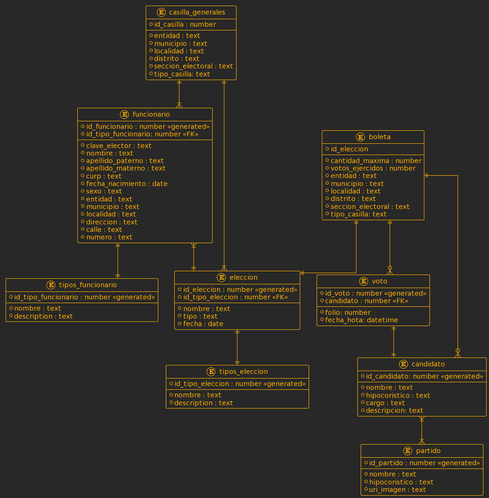
EkBalam/urna_electronica keeps this PlantUML diagram as documentacion/imgs/ER-amber.png. Above is the earlier version. The source it was exported from:
```plantuml
@startuml
!theme crt-amber

skinparam linetype ortho

entity casilla_generales{
    * id_casilla : number
    --
    * entidad : text
    * municipio : text
    * localidad : text
    * distrito : text
    * seccion_electoral : text
    * tipo_casilla: text
}

entity funcionario{
    * id_funcionario : number <<generated>>
    * id_tipo_funcionario: number <<FK>>
    --
    * clave_elector : text
    * nombre : text
    * apellido_paterno : text
    * apellido_materno : text
    * curp : text
    * fecha_nacimiento : date
    * sexo : text
    * entidad : text
    * municipio : text
    * localidad : text
    * direccion : text
    * calle : text
    * numero : text
}

entity tipos_funcionario{
    * id_tipo_funcionario : number <<generated>>
    --
    * nombre : text
    * description : text
}

entity eleccion {
    * id_eleccion : number <<generated>>
    * id_tipo_eleccion : number <<FK>>
    --
    * nombre : text
    * tipo : text
    * fecha : date
}

entity tipos_eleccion{
    * id_tipo_eleccion : number <<generated>>
    --
    * nombre : text
    * description : text
}


entity boleta{
    * id_eleccion
    --
    * cantidad_maxima : number
    * votos_ejercidos : number
    * entidad : text
    * municipio : text
    * localidad : text
    * distrito : text
    * seccion_electoral : text
    * tipo_casilla: text
}

entity voto{
    * id_voto : number <<generated>>
    * candidato : number <<FK>>
    --
    * folio: number
    * fecha_hota: datetime
}

entity candidato{
    * id_candidato: number <<generated>>
    --
    * nombre : text
    * hipocoristico : text
    * cargo : text
    * descripcion: text
}

entity partido{
    * id_partido : number <<generated>>
    --
    * nombre : text
    * hipocoristico : text
    * uri_imagen : text
}

funcionario ||--|| tipos_funcionario
funcionario }|--|| eleccion
eleccion ||--|| tipos_eleccion
boleta ||--|| eleccion
boleta ||--o{ candidato
boleta ||--o{ voto
voto ||--|| candidato
candidato }|--|{ partido
casilla_generales ||--|{ funcionario
casilla_generales ||--|{ eleccion
@enduml
```
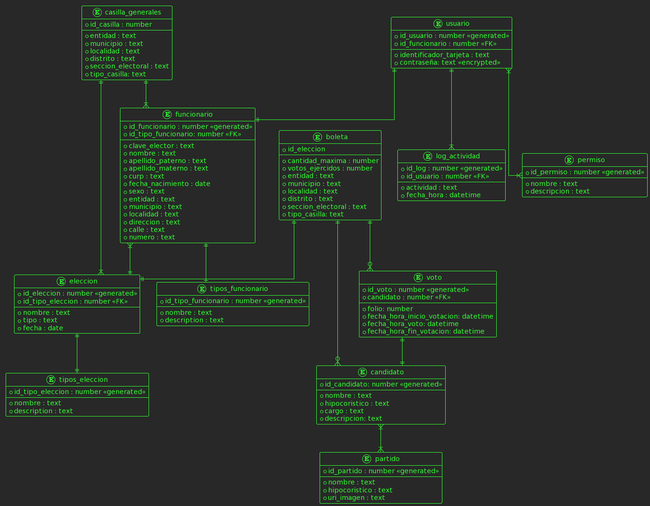
Later version of the same file.

Diff of the diagram source:
```diff
@@ -1,5 +1,5 @@
 @startuml
-!theme crt-amber
+!theme crt-green
 
 skinparam linetype ortho
 
@@ -12,6 +12,21 @@
     * distrito : text
     * seccion_electoral : text
     * tipo_casilla: text
+}
+
+entity usuario{
+    * id_usuario : number <<generated>>
+    * id_funcionario : number <<FK>>
+    --
+    * identificador_tarjeta : text
+    * contraseña: text <<encrypted>>
+}
+
+entity permiso{
+    * id_permiso : number <<generated>>
+    --
+    * nombre : text
+    * descripcion : text
 }
 
 entity funcionario{
@@ -75,7 +90,9 @@
     * candidato : number <<FK>>
     --
     * folio: number
-    * fecha_hota: datetime
+    * fecha_hora_inicio_votacion: datetime
+    * fecha_hora_voto: datetime
+    * fecha_hora_fin_votacion: datetime
 }
 
 entity candidato{
@@ -95,6 +112,16 @@
     * uri_imagen : text
 }
 
+entity log_actividad{
+    * id_log : number <<generated>>
+    * id_usuario : number <<FK>>
+    --
+    * actividad : text
+    * fecha_hora : datetime
+}
+
+usuario }|--|{ permiso
+usuario ||--|| funcionario
 funcionario ||--|| tipos_funcionario
 funcionario }|--|| eleccion
 eleccion ||--|| tipos_eleccion
@@ -105,4 +132,5 @@
 candidato }|--|{ partido
 casilla_generales ||--|{ funcionario
 casilla_generales ||--|{ eleccion
+usuario ||--|{ log_actividad
 @enduml
```
